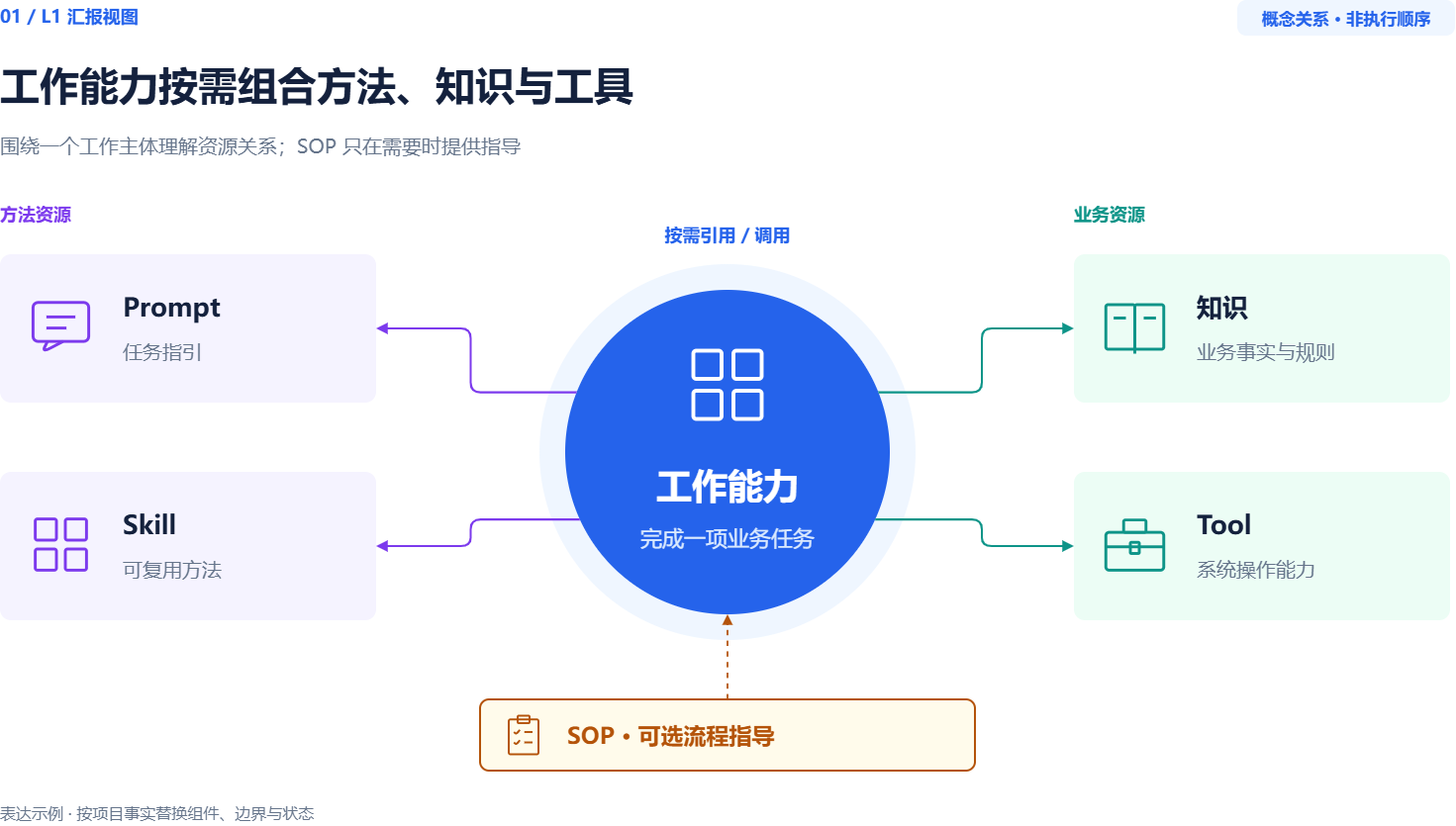
This is plugins/team-standards/skills/architecture-diagram-design/assets/templates/01-capability.png from exception-coder/team-standards, a draw.io export, as it was before one commit. Source tidied: cells renumbered, new cells last; positions are measured from the earlier drawing's top-left corner, leaving out a move shared by most shapes.
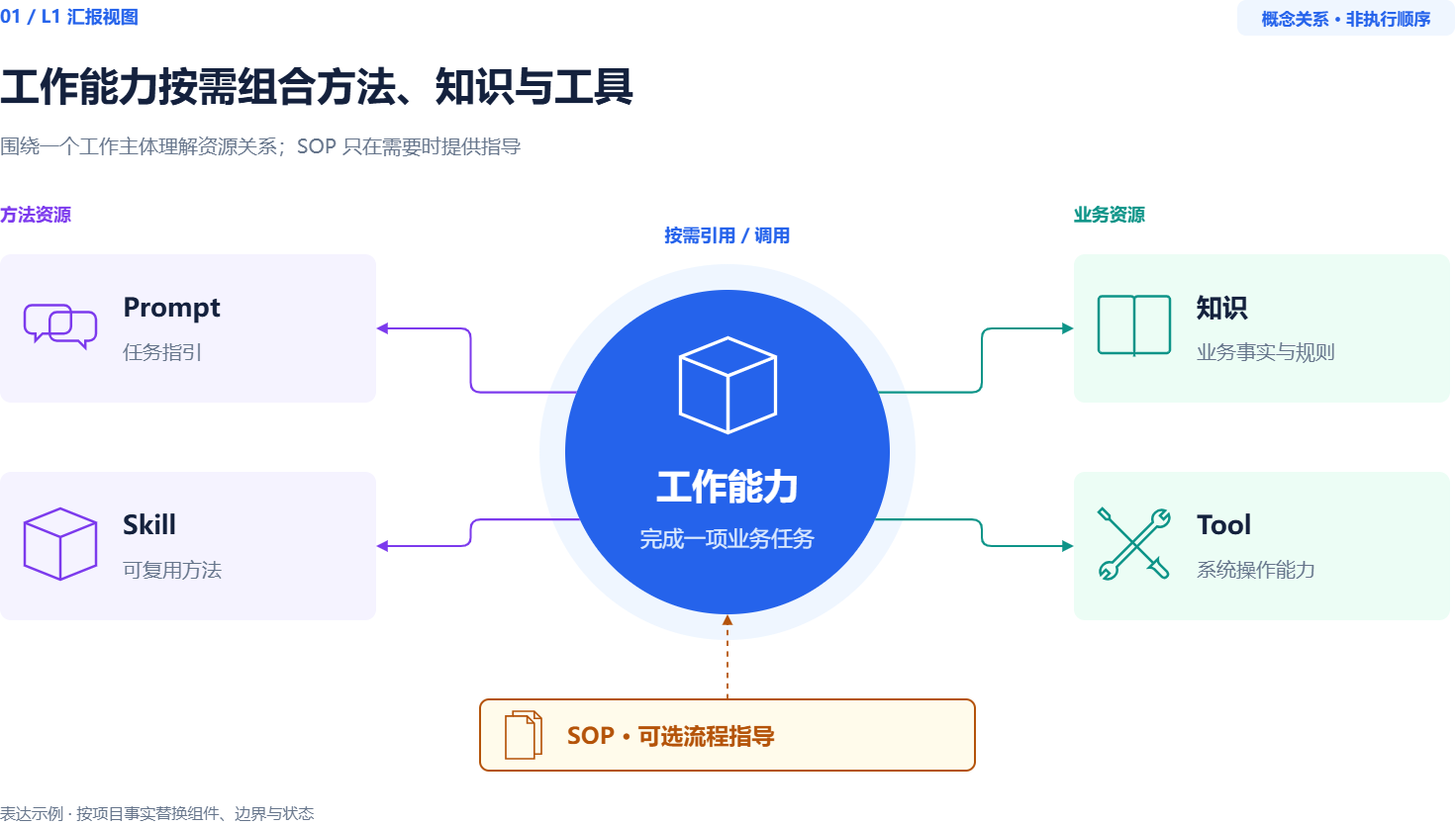
After the commit.

Diff of the diagram source:
```diff
@@ -32,33 +32,9 @@
     <mxCell id="11" style="fontFamily=Microsoft YaHei,Arial;html=0;fontColor=#14213D;rounded=1;absoluteArcSize=1;arcSize=22;fillColor=#F5F3FF;strokeColor=none;strokeWidth=2;" parent="10" vertex="1">
       <mxGeometry width="380" height="150" as="geometry" />
     </mxCell>
-    <mxCell id="12" style="group;selectParentFirst=1;fillColor=none;strokeColor=none;" parent="10" vertex="1">
-      <mxGeometry x="25" y="37" width="72" height="72" as="geometry" />
+    <mxCell id="12" style="fontFamily=Microsoft YaHei,Arial;html=0;fontColor=#14213D;shape=mxgraph.ios7.icons.chat;fillColor=none;strokeColor=#7C3AED;strokeWidth=2.475;" parent="10" vertex="1">
+      <mxGeometry x="25" y="51.4" width="72" height="43.2" as="geometry" />
     </mxCell>
-    <mxCell id="13" style="fontFamily=Microsoft YaHei,Arial;html=0;fontColor=#14213D;rounded=1;absoluteArcSize=1;arcSize=10.125;fillColor=none;strokeColor=#7C3AED;strokeWidth=2;strokeWidth=2.9250000000000003;" parent="12" vertex="1">
-      <mxGeometry x="7.9" y="11.2" width="56.2" height="39.4" as="geometry" />
-    </mxCell>
-    <mxCell id="14" style="endArrow=none;startArrow=none;strokeColor=#7C3AED;strokeWidth=2.9250000000000003;rounded=1;html=0;" parent="12" edge="1">
-      <mxGeometry relative="1" as="geometry">
-        <mxPoint x="22.5" y="50.6" as="sourcePoint" />
-        <mxPoint x="38.2" y="50.6" as="targetPoint" />
-        <Array as="points">
-          <mxPoint x="16.9" y="61.9" />
-        </Array>
-      </mxGeometry>
-    </mxCell>
-    <mxCell id="15" style="endArrow=none;startArrow=none;strokeColor=#7C3AED;strokeWidth=2.9250000000000003;rounded=1;html=0;" parent="12" edge="1">
-      <mxGeometry relative="1" as="geometry">
-        <mxPoint x="21.4" y="25.9" as="sourcePoint" />
-        <mxPoint x="50.6" y="25.9" as="targetPoint" />
-      </mxGeometry>
-    </mxCell>
-    <mxCell id="16" style="endArrow=none;startArrow=none;strokeColor=#7C3AED;strokeWidth=2.9250000000000003;rounded=1;html=0;" parent="12" edge="1">
-      <mxGeometry relative="1" as="geometry">
-        <mxPoint x="21.4" y="37.1" as="sourcePoint" />
-        <mxPoint x="41.6" y="37.1" as="targetPoint" />
-      </mxGeometry>
-    </mxCell>
     <mxCell id="17" value="Prompt" style="fontFamily=Microsoft YaHei,Arial;html=0;fontColor=#14213D;text;strokeColor=none;fillColor=none;align=left;verticalAlign=middle;fontSize=26;fontColor=#14213D;fontStyle=1;whiteSpace=wrap;spacing=0;" parent="10" vertex="1">
       <mxGeometry x="124" y="32" width="235" height="40" as="geometry" />
     </mxCell>
@@ -71,21 +47,9 @@
     <mxCell id="20" style="fontFamily=Microsoft YaHei,Arial;html=0;fontColor=#14213D;rounded=1;absoluteArcSize=1;arcSize=22;fillColor=#F5F3FF;strokeColor=none;strokeWidth=2;" parent="19" vertex="1">
       <mxGeometry width="380" height="150" as="geometry" />
     </mxCell>
-    <mxCell id="21" style="group;selectParentFirst=1;fillColor=none;strokeColor=none;" parent="19" vertex="1">
+    <mxCell id="21" style="fontFamily=Microsoft YaHei,Arial;html=0;fontColor=#14213D;shape=mxgraph.ios7.icons.cube;fillColor=none;strokeColor=#7C3AED;strokeWidth=2.475;" parent="19" vertex="1">
       <mxGeometry x="25" y="37" width="72" height="72" as="geometry" />
     </mxCell>
-    <mxCell id="22" style="fontFamily=Microsoft YaHei,Arial;html=0;fontColor=#14213D;rounded=1;absoluteArcSize=1;arcSize=4.5;fillColor=none;strokeColor=#7C3AED;strokeWidth=2;strokeWidth=2.9250000000000003;" parent="21" vertex="1">
-      <mxGeometry x="10.1" y="10.1" width="21.4" height="21.4" as="geometry" />
-    </mxCell>
-    <mxCell id="23" style="fontFamily=Microsoft YaHei,Arial;html=0;fontColor=#14213D;rounded=1;absoluteArcSize=1;arcSize=4.5;fillColor=none;strokeColor=#7C3AED;strokeWidth=2;strokeWidth=2.9250000000000003;" parent="21" vertex="1">
-      <mxGeometry x="40.5" y="10.1" width="21.4" height="21.4" as="geometry" />
-    </mxCell>
-    <mxCell id="24" style="fontFamily=Microsoft YaHei,Arial;html=0;fontColor=#14213D;rounded=1;absoluteArcSize=1;arcSize=4.5;fillColor=none;strokeColor=#7C3AED;strokeWidth=2;strokeWidth=2.9250000000000003;" parent="21" vertex="1">
-      <mxGeometry x="10.1" y="40.5" width="21.4" height="21.4" as="geometry" />
-    </mxCell>
-    <mxCell id="25" style="fontFamily=Microsoft YaHei,Arial;html=0;fontColor=#14213D;rounded=1;absoluteArcSize=1;arcSize=4.5;fillColor=none;strokeColor=#7C3AED;strokeWidth=2;strokeWidth=2.9250000000000003;" parent="21" vertex="1">
-      <mxGeometry x="40.5" y="40.5" width="21.4" height="21.4" as="geometry" />
-    </mxCell>
     <mxCell id="26" value="Skill" style="fontFamily=Microsoft YaHei,Arial;html=0;fontColor=#14213D;text;strokeColor=none;fillColor=none;align=left;verticalAlign=middle;fontSize=26;fontColor=#14213D;fontStyle=1;whiteSpace=wrap;spacing=0;" parent="19" vertex="1">
       <mxGeometry x="124" y="32" width="235" height="40" as="geometry" />
     </mxCell>
@@ -98,33 +62,9 @@
     <mxCell id="29" style="fontFamily=Microsoft YaHei,Arial;html=0;fontColor=#14213D;rounded=1;absoluteArcSize=1;arcSize=22;fillColor=#ECFDF5;strokeColor=none;strokeWidth=2;" parent="28" vertex="1">
       <mxGeometry width="380" height="150" as="geometry" />
     </mxCell>
-    <mxCell id="30" style="group;selectParentFirst=1;fillColor=none;strokeColor=none;" parent="28" vertex="1">
-      <mxGeometry x="25" y="37" width="72" height="72" as="geometry" />
+    <mxCell id="30" style="fontFamily=Microsoft YaHei,Arial;html=0;fontColor=#14213D;shape=mxgraph.ios7.icons.book;fillColor=none;strokeColor=#0D9488;strokeWidth=2.475;" parent="28" vertex="1">
+      <mxGeometry x="25" y="42.4" width="72" height="61.2" as="geometry" />
     </mxCell>
-    <mxCell id="31" style="fontFamily=Microsoft YaHei,Arial;html=0;fontColor=#14213D;rounded=1;absoluteArcSize=1;arcSize=4.5;fillColor=none;strokeColor=#0D9488;strokeWidth=2;strokeWidth=2.9250000000000003;" parent="30" vertex="1">
-      <mxGeometry x="6.8" y="13.5" width="29.2" height="45" as="geometry" />
-    </mxCell>
-    <mxCell id="32" style="fontFamily=Microsoft YaHei,Arial;html=0;fontColor=#14213D;rounded=1;absoluteArcSize=1;arcSize=4.5;fillColor=none;strokeColor=#0D9488;strokeWidth=2;strokeWidth=2.9250000000000003;" parent="30" vertex="1">
-      <mxGeometry x="36" y="13.5" width="29.2" height="45" as="geometry" />
-    </mxCell>
-    <mxCell id="33" style="endArrow=none;startArrow=none;strokeColor=#0D9488;strokeWidth=2.9250000000000003;rounded=1;html=0;" parent="30" edge="1">
-      <mxGeometry relative="1" as="geometry">
-        <mxPoint x="36" y="13.5" as="sourcePoint" />
-        <mxPoint x="36" y="63" as="targetPoint" />
-      </mxGeometry>
-    </mxCell>
-    <mxCell id="34" style="endArrow=none;startArrow=none;strokeColor=#0D9488;strokeWidth=2.9250000000000003;rounded=1;html=0;" parent="30" edge="1">
-      <mxGeometry relative="1" as="geometry">
-        <mxPoint x="14.6" y="27" as="sourcePoint" />
-        <mxPoint x="27" y="27" as="targetPoint" />
-      </mxGeometry>
-    </mxCell>
-    <mxCell id="35" style="endArrow=none;startArrow=none;strokeColor=#0D9488;strokeWidth=2.9250000000000003;rounded=1;html=0;" parent="30" edge="1">
-      <mxGeometry relative="1" as="geometry">
-        <mxPoint x="45" y="27" as="sourcePoint" />
-        <mxPoint x="57.4" y="27" as="targetPoint" />
-      </mxGeometry>
-    </mxCell>
     <mxCell id="36" value="知识" style="fontFamily=Microsoft YaHei,Arial;html=0;fontColor=#14213D;text;strokeColor=none;fillColor=none;align=left;verticalAlign=middle;fontSize=26;fontColor=#14213D;fontStyle=1;whiteSpace=wrap;spacing=0;" parent="28" vertex="1">
       <mxGeometry x="124" y="32" width="235" height="40" as="geometry" />
     </mxCell>
@@ -137,24 +77,9 @@
     <mxCell id="39" style="fontFamily=Microsoft YaHei,Arial;html=0;fontColor=#14213D;rounded=1;absoluteArcSize=1;arcSize=22;fillColor=#ECFDF5;strokeColor=none;strokeWidth=2;" parent="38" vertex="1">
       <mxGeometry width="380" height="150" as="geometry" />
     </mxCell>
-    <mxCell id="40" style="group;selectParentFirst=1;fillColor=none;strokeColor=none;" parent="38" vertex="1">
+    <mxCell id="40" style="fontFamily=Microsoft YaHei,Arial;html=0;fontColor=#14213D;shape=mxgraph.ios7.icons.tools;fillColor=none;strokeColor=#0D9488;strokeWidth=2.475;" parent="38" vertex="1">
       <mxGeometry x="25" y="37" width="72" height="72" as="geometry" />
     </mxCell>
-    <mxCell id="41" style="fontFamily=Microsoft YaHei,Arial;html=0;fontColor=#14213D;rounded=1;absoluteArcSize=1;arcSize=6.75;fillColor=none;strokeColor=#0D9488;strokeWidth=2;strokeWidth=2.9250000000000003;" parent="40" vertex="1">
-      <mxGeometry x="6.8" y="23.6" width="58.5" height="38.2" as="geometry" />
-    </mxCell>
-    <mxCell id="42" style="fontFamily=Microsoft YaHei,Arial;html=0;fontColor=#14213D;rounded=1;absoluteArcSize=1;arcSize=3.375;fillColor=none;strokeColor=#0D9488;strokeWidth=2;strokeWidth=2.9250000000000003;" parent="40" vertex="1">
-      <mxGeometry x="24.8" y="11.2" width="22.5" height="12.4" as="geometry" />
-    </mxCell>
-    <mxCell id="43" style="endArrow=none;startArrow=none;strokeColor=#0D9488;strokeWidth=2.9250000000000003;rounded=1;html=0;" parent="40" edge="1">
-      <mxGeometry relative="1" as="geometry">
-        <mxPoint x="6.8" y="38.2" as="sourcePoint" />
-        <mxPoint x="65.2" y="38.2" as="targetPoint" />
-      </mxGeometry>
-    </mxCell>
-    <mxCell id="44" style="fontFamily=Microsoft YaHei,Arial;html=0;fontColor=#14213D;rounded=1;absoluteArcSize=1;arcSize=2.25;fillColor=none;strokeColor=#0D9488;strokeWidth=2;strokeWidth=2.9250000000000003;" parent="40" vertex="1">
-      <mxGeometry x="31.5" y="33.8" width="9" height="11.2" as="geometry" />
-    </mxCell>
     <mxCell id="45" value="Tool" style="fontFamily=Microsoft YaHei,Arial;html=0;fontColor=#14213D;text;strokeColor=none;fillColor=none;align=left;verticalAlign=middle;fontSize=26;fontColor=#14213D;fontStyle=1;whiteSpace=wrap;spacing=0;" parent="38" vertex="1">
       <mxGeometry x="124" y="32" width="235" height="40" as="geometry" />
     </mxCell>
@@ -170,21 +95,9 @@
     <mxCell id="49" style="fontFamily=Microsoft YaHei,Arial;html=0;fontColor=#14213D;ellipse;fillColor=#2563EB;strokeColor=none;strokeWidth=2.6;" parent="47" vertex="1">
       <mxGeometry x="26" y="26" width="328" height="328" as="geometry" />
     </mxCell>
-    <mxCell id="50" style="group;selectParentFirst=1;fillColor=none;strokeColor=none;" parent="47" vertex="1">
+    <mxCell id="50" style="fontFamily=Microsoft YaHei,Arial;html=0;fontColor=#14213D;shape=mxgraph.ios7.icons.cube;fillColor=none;strokeColor=#FFFFFF;strokeWidth=3.3000000000000003;" parent="47" vertex="1">
       <mxGeometry x="142" y="74" width="96" height="96" as="geometry" />
     </mxCell>
-    <mxCell id="51" style="fontFamily=Microsoft YaHei,Arial;html=0;fontColor=#14213D;rounded=1;absoluteArcSize=1;arcSize=6.0;fillColor=none;strokeColor=#FFFFFF;strokeWidth=2;strokeWidth=3.9000000000000004;" parent="50" vertex="1">
-      <mxGeometry x="13.5" y="13.5" width="28.5" height="28.5" as="geometry" />
-    </mxCell>
-    <mxCell id="52" style="fontFamily=Microsoft YaHei,Arial;html=0;fontColor=#14213D;rounded=1;absoluteArcSize=1;arcSize=6.0;fillColor=none;strokeColor=#FFFFFF;strokeWidth=2;strokeWidth=3.9000000000000004;" parent="50" vertex="1">
-      <mxGeometry x="54" y="13.5" width="28.5" height="28.5" as="geometry" />
-    </mxCell>
-    <mxCell id="53" style="fontFamily=Microsoft YaHei,Arial;html=0;fontColor=#14213D;rounded=1;absoluteArcSize=1;arcSize=6.0;fillColor=none;strokeColor=#FFFFFF;strokeWidth=2;strokeWidth=3.9000000000000004;" parent="50" vertex="1">
-      <mxGeometry x="13.5" y="54" width="28.5" height="28.5" as="geometry" />
-    </mxCell>
-    <mxCell id="54" style="fontFamily=Microsoft YaHei,Arial;html=0;fontColor=#14213D;rounded=1;absoluteArcSize=1;arcSize=6.0;fillColor=none;strokeColor=#FFFFFF;strokeWidth=2;strokeWidth=3.9000000000000004;" parent="50" vertex="1">
-      <mxGeometry x="54" y="54" width="28.5" height="28.5" as="geometry" />
-    </mxCell>
     <mxCell id="55" value="工作能力" style="fontFamily=Microsoft YaHei,Arial;html=0;fontColor=#14213D;text;strokeColor=none;fillColor=none;align=center;verticalAlign=middle;fontSize=36;fontColor=#FFFFFF;fontStyle=1;whiteSpace=wrap;spacing=0;" parent="47" vertex="1">
       <mxGeometry x="50" y="195" width="280" height="54" as="geometry" />
     </mxCell>
@@ -212,45 +125,9 @@
     <mxCell id="63" style="fontFamily=Microsoft YaHei,Arial;html=0;fontColor=#14213D;rounded=1;absoluteArcSize=1;arcSize=18;fillColor=#FFFBEB;strokeColor=#B45309;strokeWidth=2;" parent="62" vertex="1">
       <mxGeometry width="500" height="72" as="geometry" />
     </mxCell>
-    <mxCell id="64" style="group;selectParentFirst=1;fillColor=none;strokeColor=none;" parent="62" vertex="1">
-      <mxGeometry x="20" y="12" width="48" height="48" as="geometry" />
+    <mxCell id="64" style="fontFamily=Microsoft YaHei,Arial;html=0;fontColor=#14213D;shape=mxgraph.ios7.icons.documents;fillColor=none;strokeColor=#B45309;strokeWidth=1.6500000000000001;" parent="62" vertex="1">
+      <mxGeometry x="26" y="12" width="36" height="48" as="geometry" />
     </mxCell>
-    <mxCell id="65" style="fontFamily=Microsoft YaHei,Arial;html=0;fontColor=#14213D;rounded=1;absoluteArcSize=1;arcSize=3.75;fillColor=none;strokeColor=#B45309;strokeWidth=2;strokeWidth=1.9500000000000002;" parent="64" vertex="1">
-      <mxGeometry x="9" y="8.2" width="30" height="35.2" as="geometry" />
-    </mxCell>
-    <mxCell id="66" style="fontFamily=Microsoft YaHei,Arial;html=0;fontColor=#14213D;rounded=1;absoluteArcSize=1;arcSize=2.25;fillColor=none;strokeColor=#B45309;strokeWidth=2;strokeWidth=1.9500000000000002;" parent="64" vertex="1">
-      <mxGeometry x="18" y="4.5" width="12" height="7.5" as="geometry" />
-    </mxCell>
-    <mxCell id="67" style="endArrow=none;startArrow=none;strokeColor=#B45309;strokeWidth=1.9500000000000002;rounded=1;html=0;" parent="64" edge="1">
-      <mxGeometry relative="1" as="geometry">
-        <mxPoint x="14.2" y="21" as="sourcePoint" />
-        <mxPoint x="20.2" y="18.8" as="targetPoint" />
-        <Array as="points">
-          <mxPoint x="16.5" y="23.2" />
-        </Array>
-      </mxGeometry>
-    </mxCell>
-    <mxCell id="68" style="endArrow=none;startArrow=none;strokeColor=#B45309;strokeWidth=1.9500000000000002;rounded=1;html=0;" parent="64" edge="1">
-      <mxGeometry relative="1" as="geometry">
-        <mxPoint x="24.8" y="21" as="sourcePoint" />
-        <mxPoint x="33" y="21" as="targetPoint" />
-      </mxGeometry>
-    </mxCell>
-    <mxCell id="69" style="endArrow=none;startArrow=none;strokeColor=#B45309;strokeWidth=1.9500000000000002;rounded=1;html=0;" parent="64" edge="1">
-      <mxGeometry relative="1" as="geometry">
-        <mxPoint x="14.2" y="31.5" as="sourcePoint" />
-        <mxPoint x="20.2" y="29.2" as="targetPoint" />
-        <Array as="points">
-          <mxPoint x="16.5" y="33.8" />
-        </Array>
-      </mxGeometry>
-    </mxCell>
-    <mxCell id="70" style="endArrow=none;startArrow=none;strokeColor=#B45309;strokeWidth=1.9500000000000002;rounded=1;html=0;" parent="64" edge="1">
-      <mxGeometry relative="1" as="geometry">
-        <mxPoint x="24.8" y="31.5" as="sourcePoint" />
-        <mxPoint x="33" y="31.5" as="targetPoint" />
-      </mxGeometry>
-    </mxCell>
     <mxCell id="71" value="SOP · 可选流程指导" style="fontFamily=Microsoft YaHei,Arial;html=0;fontColor=#14213D;text;strokeColor=none;fillColor=none;align=left;verticalAlign=middle;fontSize=23;fontColor=#B45309;fontStyle=1;whiteSpace=wrap;spacing=0;" parent="62" vertex="1">
       <mxGeometry x="88" y="19" width="390" height="34" as="geometry" />
     </mxCell>
```
